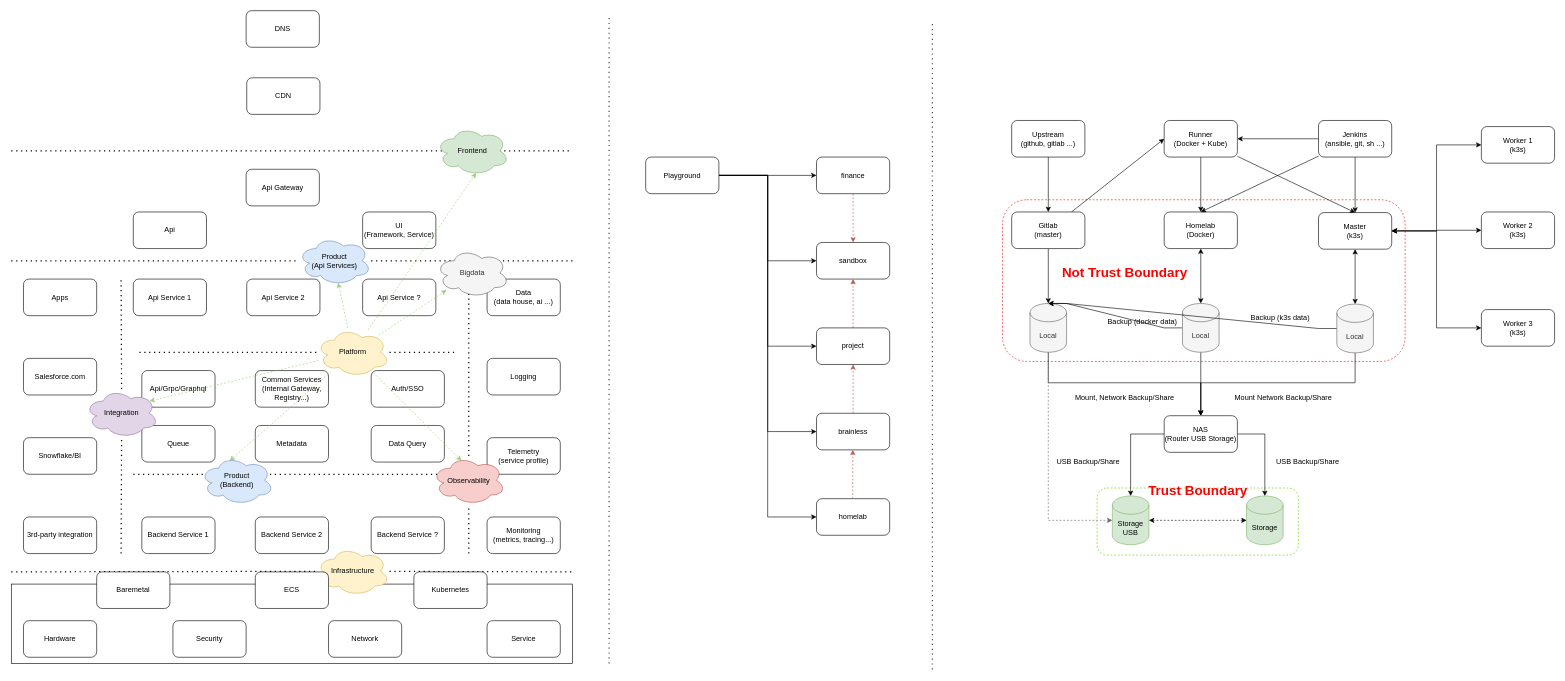
The draw.io diagram gitlab_backup.drawio in jiangtao7/draw.io, before the edit. Source tidied: cells renumbered, new cells numbered last; positions are measured from the earlier drawing's top-left corner, leaving out a move shared by most shapes. Both pictures are drawn from the tidied source at 61%, with x=0, y=0 at pixel (11, 10).
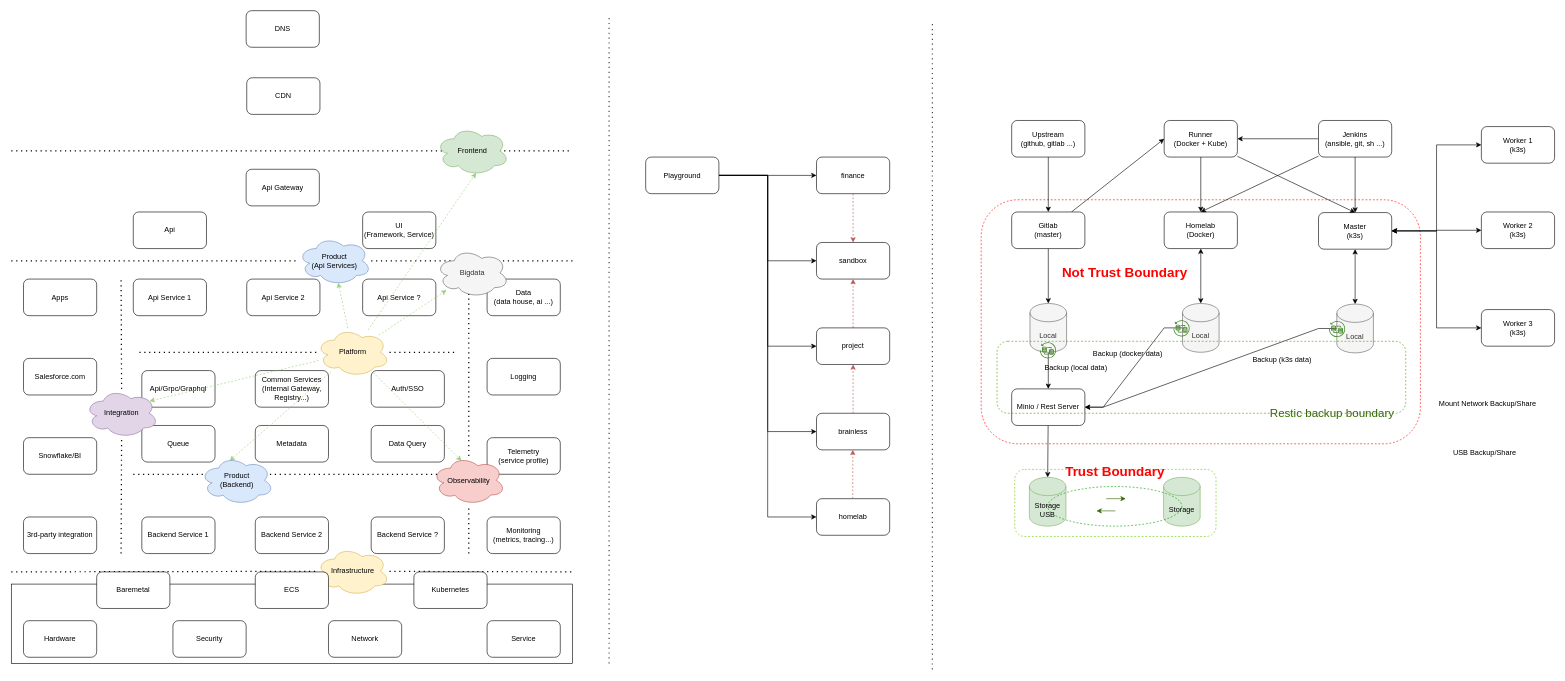
The same diagram, later.

Unchanged cells that the change refers to:
```xml
<mxCell id="89" value="Local" style="shape=cylinder3;whiteSpace=wrap;html=1;boundedLbl=1;backgroundOutline=1;size=15;fillColor=#f5f5f5;fontColor=#333333;strokeColor=#666666;" parent="1" vertex="1">
  <mxGeometry x="1670" y="480" width="60" height="80" as="geometry" />
</mxCell>
<mxCell id="92" value="Local" style="shape=cylinder3;whiteSpace=wrap;html=1;boundedLbl=1;backgroundOutline=1;size=15;fillColor=#f5f5f5;fontColor=#333333;strokeColor=#666666;" parent="1" vertex="1">
  <mxGeometry x="1920" y="480" width="60" height="80" as="geometry" />
</mxCell>
<mxCell id="95" value="Local" style="shape=cylinder3;whiteSpace=wrap;html=1;boundedLbl=1;backgroundOutline=1;size=15;fillColor=#f5f5f5;fontColor=#333333;strokeColor=#666666;" parent="1" vertex="1">
  <mxGeometry x="2173" y="481" width="60" height="80" as="geometry" />
</mxCell>
```

The edit, as a diff of the source:
```diff
@@
     <mxCell id="2" style="rounded=1;whiteSpace=wrap;html=1;dashed=1;fillColor=none;strokeColor=#FF0000;" parent="1" vertex="1">
-      <mxGeometry x="1625" y="310" width="660" height="265" as="geometry" />
+      <mxGeometry x="1590" y="310" width="720" height="400" as="geometry" />
     </mxCell>
@@
-    <mxCell id="87" style="edgeStyle=orthogonalEdgeStyle;rounded=0;jettySize=auto;html=1;entryX=0.5;entryY=0;entryDx=0;entryDy=0;" parent="1" edge="1" source="89" target="121">
-      <mxGeometry relative="1" as="geometry">
-        <Array as="points">
-          <mxPoint x="1700" y="610" />
-          <mxPoint x="1950" y="610" />
-        </Array>
-      </mxGeometry>
-    </mxCell>
-    <mxCell id="88" style="edgeStyle=orthogonalEdgeStyle;rounded=0;jettySize=auto;html=1;entryX=0;entryY=0.5;entryDx=0;entryDy=0;entryPerimeter=0;dashed=1;fillColor=#f5f5f5;strokeColor=#666666;" parent="1" edge="1" source="89" target="115">
-      <mxGeometry relative="1" as="geometry">
-        <Array as="points">
-          <mxPoint x="1700" y="836" />
-        </Array>
-      </mxGeometry>
-    </mxCell>
+    <mxCell id="126" style="edgeStyle=none;rounded=0;jettySize=auto;html=1;" parent="1" edge="1" source="89" target="128">
+      <mxGeometry relative="1" as="geometry" />
+    </mxCell>
@@
-    <mxCell id="90" style="edgeStyle=entityRelationEdgeStyle;rounded=0;jettySize=auto;html=1;entryX=0.5;entryY=0;entryDx=0;entryDy=0;entryPerimeter=0;fontSize=22;fontColor=#FF0000;startArrow=none;startFill=0;" parent="1" edge="1" source="92" target="89">
+    <mxCell id="90" style="edgeStyle=entityRelationEdgeStyle;rounded=0;jettySize=auto;html=1;entryX=1;entryY=0.5;entryDx=0;entryDy=0;fontSize=22;fontColor=#FF0000;startArrow=none;startFill=0;" parent="1" edge="1" source="92" target="128">
       <mxGeometry relative="1" as="geometry" />
     </mxCell>
-    <mxCell id="91" style="edgeStyle=orthogonalEdgeStyle;rounded=0;jettySize=auto;html=1;entryX=0.5;entryY=0;entryDx=0;entryDy=0;" parent="1" edge="1" source="92" target="121">
-      <mxGeometry relative="1" as="geometry" />
-    </mxCell>
@@
-    <mxCell id="93" style="edgeStyle=entityRelationEdgeStyle;rounded=0;jettySize=auto;html=1;entryX=0.5;entryY=0;entryDx=0;entryDy=0;entryPerimeter=0;fontSize=22;fontColor=#66CC00;startArrow=none;startFill=0;" parent="1" edge="1" source="95" target="89">
+    <mxCell id="93" style="edgeStyle=entityRelationEdgeStyle;rounded=0;jettySize=auto;html=1;fontSize=22;fontColor=#66CC00;startArrow=none;startFill=0;" parent="1" edge="1" source="95" target="128">
       <mxGeometry relative="1" as="geometry" />
     </mxCell>
-    <mxCell id="94" style="edgeStyle=orthogonalEdgeStyle;rounded=0;jettySize=auto;html=1;entryX=0.5;entryY=0;entryDx=0;entryDy=0;" parent="1" edge="1" source="95" target="121">
-      <mxGeometry relative="1" as="geometry">
-        <Array as="points">
-          <mxPoint x="2203" y="610" />
-          <mxPoint x="1950" y="610" />
-        </Array>
-      </mxGeometry>
-    </mxCell>
@@
     <mxCell id="102" value="&lt;font color=&quot;#000000&quot;&gt;&lt;span style=&quot;font-size: 12px;&quot;&gt;Backup (k3s data)&lt;br&gt;&lt;/span&gt;&lt;/font&gt;" style="text;html=1;align=center;verticalAlign=middle;strokeColor=none;fillColor=none;fontSize=22;fontColor=#FF0000;" parent="1" vertex="1">
-      <mxGeometry x="2020" y="480" width="120" height="40" as="geometry" />
+      <mxGeometry x="2023" y="550" width="120" height="40" as="geometry" />
     </mxCell>
     <mxCell id="103" value="&lt;font color=&quot;#000000&quot;&gt;&lt;span style=&quot;font-size: 12px;&quot;&gt;Backup (docker data)&lt;br&gt;&lt;/span&gt;&lt;/font&gt;" style="text;html=1;align=center;verticalAlign=middle;strokeColor=none;fillColor=none;fontSize=22;fontColor=#FF0000;" parent="1" vertex="1">
-      <mxGeometry x="1784" y="487" width="140" height="40" as="geometry" />
+      <mxGeometry x="1760" y="540" width="140" height="40" as="geometry" />
     </mxCell>
@@
-    <mxCell id="113" style="group;" parent="1" vertex="1">
-      <mxGeometry x="1780" y="767.5" width="330" height="125" as="geometry" />
-    </mxCell>
-    <mxCell id="114" style="rounded=1;whiteSpace=wrap;html=1;dashed=1;fillColor=none;strokeColor=#66CC00;" parent="113" vertex="1">
-      <mxGeometry y="15" width="330" height="110" as="geometry" />
-    </mxCell>
-    <mxCell id="115" value="Storage&lt;br&gt;USB" style="shape=cylinder3;whiteSpace=wrap;html=1;boundedLbl=1;backgroundOutline=1;size=15;fillColor=#d5e8d4;strokeColor=#82b366;" parent="113" vertex="1">
-      <mxGeometry x="25" y="28" width="60" height="80" as="geometry" />
-    </mxCell>
-    <mxCell id="116" value="Storage" style="shape=cylinder3;whiteSpace=wrap;html=1;boundedLbl=1;backgroundOutline=1;size=15;fillColor=#d5e8d4;strokeColor=#82b366;" parent="113" vertex="1">
-      <mxGeometry x="245" y="28" width="60" height="80" as="geometry" />
-    </mxCell>
-    <mxCell id="117" style="edgeStyle=orthogonalEdgeStyle;rounded=0;jettySize=auto;html=1;entryX=0;entryY=0.5;entryDx=0;entryDy=0;entryPerimeter=0;startArrow=classic;startFill=1;dashed=1;" parent="113" edge="1" source="115" target="116">
-      <mxGeometry relative="1" as="geometry" />
-    </mxCell>
-    <mxCell id="118" value="Trust Boundary" style="text;html=1;align=center;verticalAlign=middle;strokeColor=none;fillColor=none;fontColor=#FF0000;fontStyle=1;fontSize=22;" parent="113" vertex="1">
-      <mxGeometry x="70" width="190" height="40" as="geometry" />
-    </mxCell>
-    <mxCell id="119" style="edgeStyle=orthogonalEdgeStyle;rounded=0;jettySize=auto;html=1;entryX=0.5;entryY=0;entryDx=0;entryDy=0;entryPerimeter=0;" parent="1" edge="1" source="121" target="115">
-      <mxGeometry relative="1" as="geometry" />
-    </mxCell>
-    <mxCell id="120" style="edgeStyle=orthogonalEdgeStyle;rounded=0;jettySize=auto;html=1;entryX=0.5;entryY=0;entryDx=0;entryDy=0;entryPerimeter=0;" parent="1" edge="1" source="121" target="116">
-      <mxGeometry relative="1" as="geometry" />
-    </mxCell>
-    <mxCell id="121" value="NAS&lt;br&gt;(Router USB Storage)" style="rounded=1;whiteSpace=wrap;html=1;" parent="1" vertex="1">
-      <mxGeometry x="1890" y="664" width="120" height="60" as="geometry" />
-    </mxCell>
-    <mxCell id="122" value="Mount, Network Backup/Share" style="text;html=1;align=center;verticalAlign=middle;strokeColor=none;fillColor=none;" parent="1" vertex="1">
-      <mxGeometry x="1730" y="620" width="190" height="30" as="geometry" />
+    <mxCell id="122" value="Backup (local data)" style="text;html=1;align=center;verticalAlign=middle;strokeColor=none;fillColor=none;" parent="1" vertex="1">
+      <mxGeometry x="1680" y="570" width="130" height="30" as="geometry" />
     </mxCell>
     <mxCell id="123" value="Mount Network Backup/Share" style="text;html=1;align=center;verticalAlign=middle;strokeColor=none;fillColor=none;" parent="1" vertex="1">
-      <mxGeometry x="1995" y="620" width="180" height="30" as="geometry" />
+      <mxGeometry x="2330" y="630" width="180" height="30" as="geometry" />
     </mxCell>
     <mxCell id="124" value="USB Backup/Share" style="text;html=1;align=center;verticalAlign=middle;strokeColor=none;fillColor=none;" parent="1" vertex="1">
-      <mxGeometry x="2060" y="724" width="130" height="30" as="geometry" />
+      <mxGeometry x="2350" y="710" width="130" height="30" as="geometry" />
     </mxCell>
-    <mxCell id="125" value="USB Backup/Share" style="text;html=1;align=center;verticalAlign=middle;strokeColor=none;fillColor=none;" parent="1" vertex="1">
-      <mxGeometry x="1700" y="724" width="130" height="30" as="geometry" />
+    <mxCell id="125" value="Restic backup boundary" style="text;html=1;align=center;verticalAlign=middle;strokeColor=none;fillColor=none;fontSize=19;fontColor=#336600;" parent="1" vertex="1">
+      <mxGeometry x="2050" y="640" width="230" height="40" as="geometry" />
     </mxCell>
+    <mxCell id="127" style="edgeStyle=none;rounded=0;jettySize=auto;html=1;entryX=0.5;entryY=0;entryDx=0;entryDy=0;entryPerimeter=0;" parent="1" edge="1" source="128" target="115">
+      <mxGeometry relative="1" as="geometry" />
+    </mxCell>
+    <mxCell id="128" value="Minio / Rest Server" style="rounded=1;whiteSpace=wrap;html=1;" parent="1" vertex="1">
+      <mxGeometry x="1640" y="620" width="120" height="60" as="geometry" />
+    </mxCell>
+    <mxCell id="114" style="rounded=1;whiteSpace=wrap;html=1;dashed=1;fillColor=none;strokeColor=#66CC00;" parent="1" vertex="1">
+      <mxGeometry x="1645" y="752" width="330" height="110" as="geometry" />
+    </mxCell>
+    <mxCell id="115" value="Storage&lt;br&gt;USB" style="shape=cylinder3;whiteSpace=wrap;html=1;boundedLbl=1;backgroundOutline=1;size=15;fillColor=#d5e8d4;strokeColor=#82b366;" parent="1" vertex="1">
+      <mxGeometry x="1669" y="765" width="60" height="80" as="geometry" />
+    </mxCell>
+    <mxCell id="116" value="Storage" style="shape=cylinder3;whiteSpace=wrap;html=1;boundedLbl=1;backgroundOutline=1;size=15;fillColor=#d5e8d4;strokeColor=#82b366;" parent="1" vertex="1">
+      <mxGeometry x="1889" y="765" width="60" height="80" as="geometry" />
+    </mxCell>
+    <mxCell id="118" value="Trust Boundary" style="text;html=1;align=center;verticalAlign=middle;strokeColor=none;fillColor=none;fontColor=#FF0000;fontStyle=1;fontSize=22;" parent="1" vertex="1">
+      <mxGeometry x="1714" y="737" width="190" height="40" as="geometry" />
+    </mxCell>
+    <mxCell id="129" style="ellipse;whiteSpace=wrap;html=1;fillColor=none;dashed=1;strokeColor=#009900;" parent="1" vertex="1">
+      <mxGeometry x="1699" y="780" width="220" height="65" as="geometry" />
+    </mxCell>
+    <mxCell id="130" style="endArrow=classic;html=1;rounded=0;elbow=vertical;strokeColor=#336600;" parent="1" edge="1">
+      <mxGeometry relative="1" as="geometry">
+        <mxPoint x="1795" y="800" as="sourcePoint" />
+        <mxPoint x="1827" y="800" as="targetPoint" />
+      </mxGeometry>
+    </mxCell>
+    <mxCell id="131" style="edgeLabel;html=1;align=center;verticalAlign=middle;dashed=1;strokeColor=#009900;fontStyle=1;" parent="130" vertex="1">
+      <mxGeometry relative="1" as="geometry" />
+    </mxCell>
+    <mxCell id="132" style="edgeLabel;html=1;align=left;verticalAlign=bottom;dashed=1;strokeColor=#009900;" parent="130" vertex="1">
+      <mxGeometry x="-1" relative="1" as="geometry" />
+    </mxCell>
+    <mxCell id="133" style="endArrow=classic;html=1;rounded=0;elbow=vertical;strokeColor=#336600;" parent="1" edge="1">
+      <mxGeometry relative="1" as="geometry">
+        <mxPoint x="1810" y="820" as="sourcePoint" />
+        <mxPoint x="1779" y="820" as="targetPoint" />
+      </mxGeometry>
+    </mxCell>
+    <mxCell id="134" style="edgeLabel;html=1;align=center;verticalAlign=middle;dashed=1;strokeColor=#009900;fontStyle=1;" parent="133" vertex="1">
+      <mxGeometry relative="1" as="geometry" />
+    </mxCell>
+    <mxCell id="135" style="edgeLabel;html=1;align=left;verticalAlign=bottom;dashed=1;strokeColor=#009900;" parent="133" vertex="1">
+      <mxGeometry x="-1" relative="1" as="geometry" />
+    </mxCell>
+    <mxCell id="136" style="sketch=0;fontColor=#232F3E;gradientColor=none;fillColor=#3F8624;strokeColor=none;dashed=0;verticalLabelPosition=bottom;verticalAlign=top;align=center;html=1;fontSize=12;fontStyle=0;shape=mxgraph.aws4.backup_restore;" parent="1" vertex="1">
+      <mxGeometry x="1686" y="542" width="28" height="28" as="geometry" />
+    </mxCell>
+    <mxCell id="137" style="sketch=0;fontColor=#232F3E;gradientColor=none;fillColor=#3F8624;strokeColor=none;dashed=0;verticalLabelPosition=bottom;verticalAlign=top;align=center;html=1;fontSize=12;fontStyle=0;shape=mxgraph.aws4.backup_restore;" parent="1" vertex="1">
+      <mxGeometry x="1905" y="506" width="28" height="28" as="geometry" />
+    </mxCell>
+    <mxCell id="138" style="sketch=0;fontColor=#232F3E;gradientColor=none;fillColor=#3F8624;strokeColor=none;dashed=0;verticalLabelPosition=bottom;verticalAlign=top;align=center;html=1;fontSize=12;fontStyle=0;shape=mxgraph.aws4.backup_restore;" parent="1" vertex="1">
+      <mxGeometry x="2160" y="507" width="28" height="28" as="geometry" />
+    </mxCell>
+    <mxCell id="139" style="rounded=1;whiteSpace=wrap;html=1;dashed=1;fillColor=none;strokeColor=#4D9900;" parent="1" vertex="1">
+      <mxGeometry x="1616" y="542" width="670" height="118" as="geometry" />
+    </mxCell>
```
